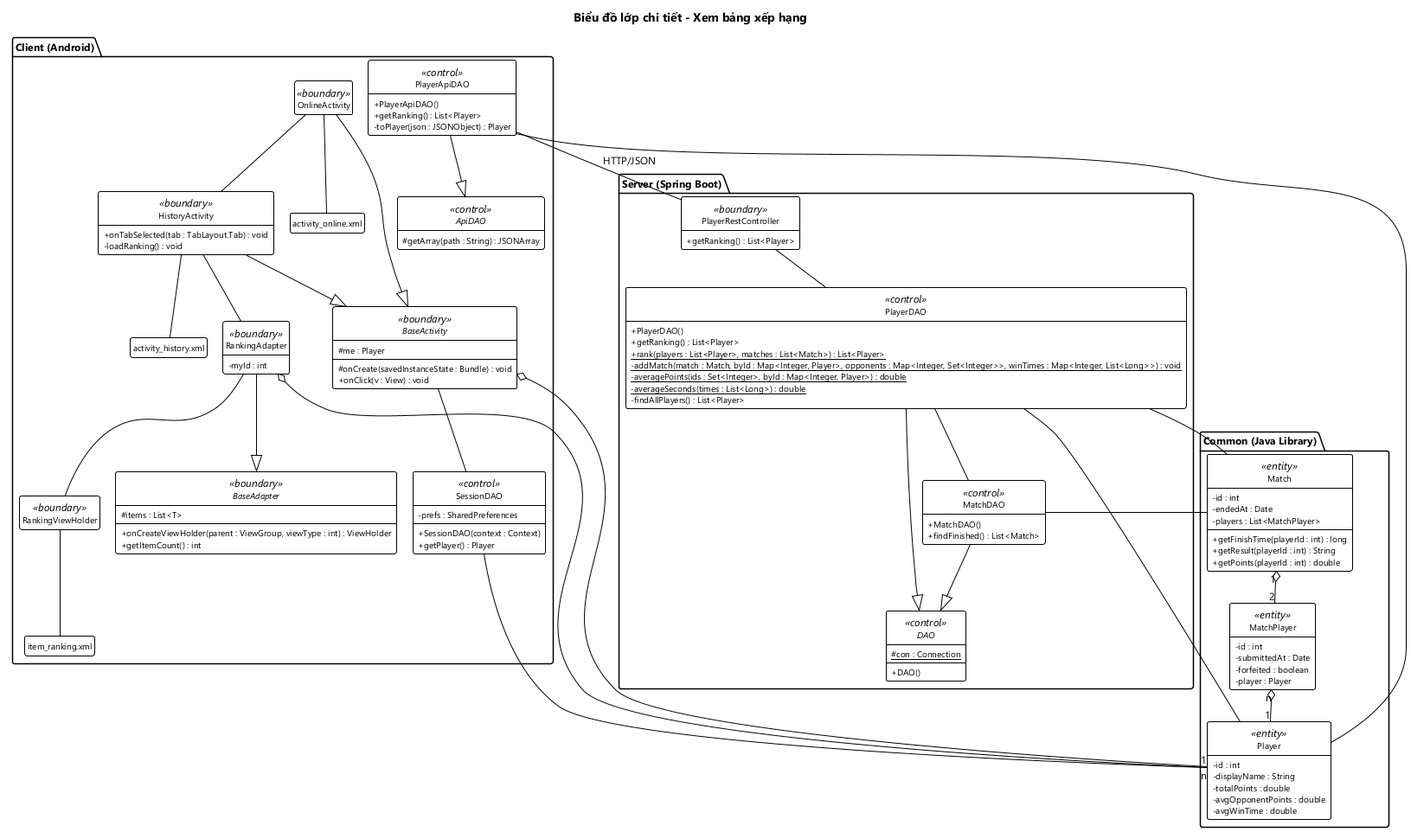
The PlantUML diagram docs/hung/lop-thiet-ke-xem-bang-xep-hang.png in HungNguyenBa1811/math-dash, before a commit.
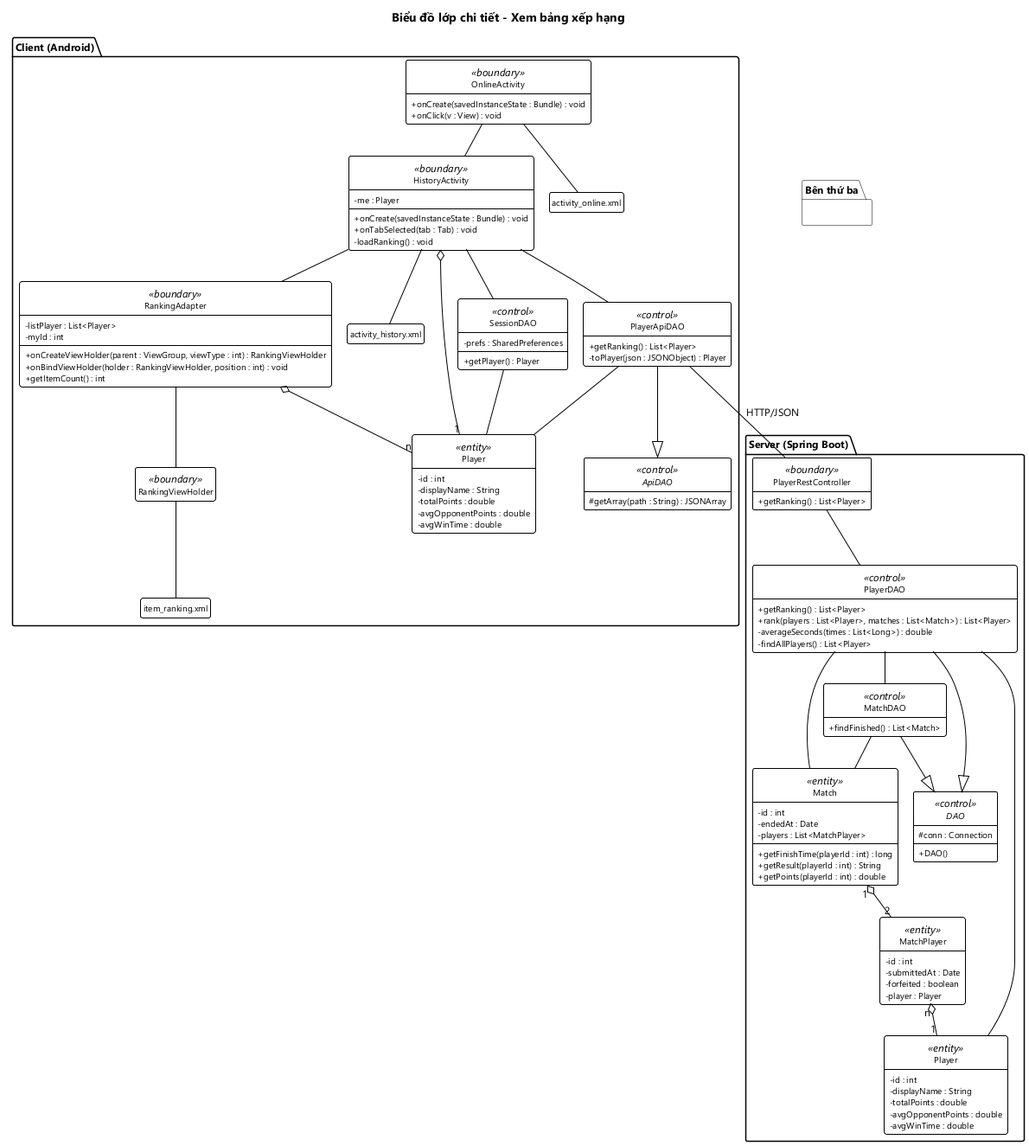
Above is the later version.

What changed in the source:
```diff
@@ -3,24 +3,22 @@
 title Biểu đồ lớp chi tiết - Xem bảng xếp hạng
 
 package "Client (Android)" as PC {
-  abstract class BaseActivity <<boundary>> {
-    # me : Player
-    # onCreate(savedInstanceState : Bundle) : void
+  class OnlineActivity <<boundary>> {
+    + onCreate(savedInstanceState : Bundle) : void
     + onClick(v : View) : void
   }
-  abstract class BaseAdapter <<boundary>> {
-    # items : List<T>
-    + onCreateViewHolder(parent : ViewGroup, viewType : int) : ViewHolder
-    + getItemCount() : int
-  }
-  class OnlineActivity <<boundary>> {
-  }
   class HistoryActivity <<boundary>> {
-    + onTabSelected(tab : TabLayout.Tab) : void
+    - me : Player
+    + onCreate(savedInstanceState : Bundle) : void
+    + onTabSelected(tab : Tab) : void
     - loadRanking() : void
   }
   class RankingAdapter <<boundary>> {
+    - listPlayer : List<Player>
     - myId : int
+    + onCreateViewHolder(parent : ViewGroup, viewType : int) : RankingViewHolder
+    + onBindViewHolder(holder : RankingViewHolder, position : int) : void
+    + getItemCount() : int
   }
   class RankingViewHolder <<boundary>>
   class "activity_online.xml" as xmlOnline
@@ -28,20 +26,15 @@
   class "item_ranking.xml" as xmlItemRanking
   class SessionDAO <<control>> {
     - prefs : SharedPreferences
-    + SessionDAO(context : Context)
     + getPlayer() : Player
   }
   abstract class ApiDAO <<control>> {
     # getArray(path : String) : JSONArray
   }
   class PlayerApiDAO <<control>> {
-    + PlayerApiDAO()
     + getRanking() : List<Player>
     - toPlayer(json : JSONObject) : Player
   }
-}
-
-package "Common (Java Library)" as PM {
   class Player <<entity>> {
     - id : int
     - displayName : String
@@ -49,7 +42,36 @@
     - avgOpponentPoints : double
     - avgWinTime : double
   }
-  class Match <<entity>> {
+}
+
+package "Bên thứ ba" as PT {
+}
+
+package "Server (Spring Boot)" as PS {
+  class PlayerRestController <<boundary>> {
+    + getRanking() : List<Player>
+  }
+  class PlayerDAO <<control>> {
+    + getRanking() : List<Player>
+    + rank(players : List<Player>, matches : List<Match>) : List<Player>
+    - averageSeconds(times : List<Long>) : double
+    - findAllPlayers() : List<Player>
+  }
+  class MatchDAO <<control>> {
+    + findFinished() : List<Match>
+  }
+  abstract class "DAO" as SDAO <<control>> {
+    # conn : Connection
+    + DAO()
+  }
+  class "Player" as SPlayer <<entity>> {
+    - id : int
+    - displayName : String
+    - totalPoints : double
+    - avgOpponentPoints : double
+    - avgWinTime : double
+  }
+  class "Match" as SMatch <<entity>> {
     - id : int
     - endedAt : Date
     - players : List<MatchPlayer>
@@ -57,7 +79,7 @@
     + getResult(playerId : int) : String
     + getPoints(playerId : int) : double
   }
-  class MatchPlayer <<entity>> {
+  class "MatchPlayer" as SMatchPlayer <<entity>> {
     - id : int
     - submittedAt : Date
     - forfeited : boolean
@@ -65,55 +87,32 @@
   }
 }
 
-package "Server (Spring Boot)" as PS {
-  class PlayerRestController <<boundary>> {
-    + getRanking() : List<Player>
-  }
-  abstract class "DAO" as SDAO <<control>> {
-    # {static} con : Connection
-    + DAO()
-  }
-  class MatchDAO <<control>> {
-    + MatchDAO()
-    + findFinished() : List<Match>
-  }
-  class PlayerDAO <<control>> {
-    + PlayerDAO()
-    + getRanking() : List<Player>
-    + {static} rank(players : List<Player>, matches : List<Match>) : List<Player>
-    - {static} addMatch(match : Match, byId : Map<Integer, Player>, opponents : Map<Integer, Set<Integer>>, winTimes : Map<Integer, List<Long>>) : void
-    - {static} averagePoints(ids : Set<Integer>, byId : Map<Integer, Player>) : double
-    - {static} averageSeconds(times : List<Long>) : double
-    - findAllPlayers() : List<Player>
-  }
-}
-
-OnlineActivity --|> BaseActivity
-HistoryActivity --|> BaseActivity
-RankingAdapter --|> BaseAdapter
-BaseActivity o-- "1" Player
-BaseActivity -- SessionDAO
+OnlineActivity -- xmlOnline
 OnlineActivity -- HistoryActivity
+HistoryActivity -- xmlHistory
 HistoryActivity -- RankingAdapter
+HistoryActivity -- SessionDAO
+HistoryActivity -- PlayerApiDAO
+HistoryActivity o-- "1" Player
 RankingAdapter -- RankingViewHolder
-OnlineActivity -- xmlOnline
-HistoryActivity -- xmlHistory
 RankingViewHolder -- xmlItemRanking
 RankingAdapter o-- "n" Player
 PlayerApiDAO --|> ApiDAO
 SessionDAO -- Player
 PlayerApiDAO -- Player
-Match "1" o-- "2" MatchPlayer
-MatchPlayer "n" o-- "1" Player
+
 PlayerRestController -- PlayerDAO
 PlayerDAO -- MatchDAO
 MatchDAO --|> SDAO
 PlayerDAO --|> SDAO
-MatchDAO -- Match
-PlayerDAO -- Player
-PlayerDAO -- Match
+MatchDAO -- SMatch
+PlayerDAO -- SPlayer
+PlayerDAO -- SMatch
+SMatch "1" o-- "2" SMatchPlayer
+SMatchPlayer "n" o-- "1" SPlayer
+
 PlayerApiDAO -- PlayerRestController : HTTP/JSON
 
-PC -[hidden]down- PM
-PM -[hidden]down- PS
+PC -[hidden]down- PT
+PT -[hidden]down- PS
 @enduml
```
